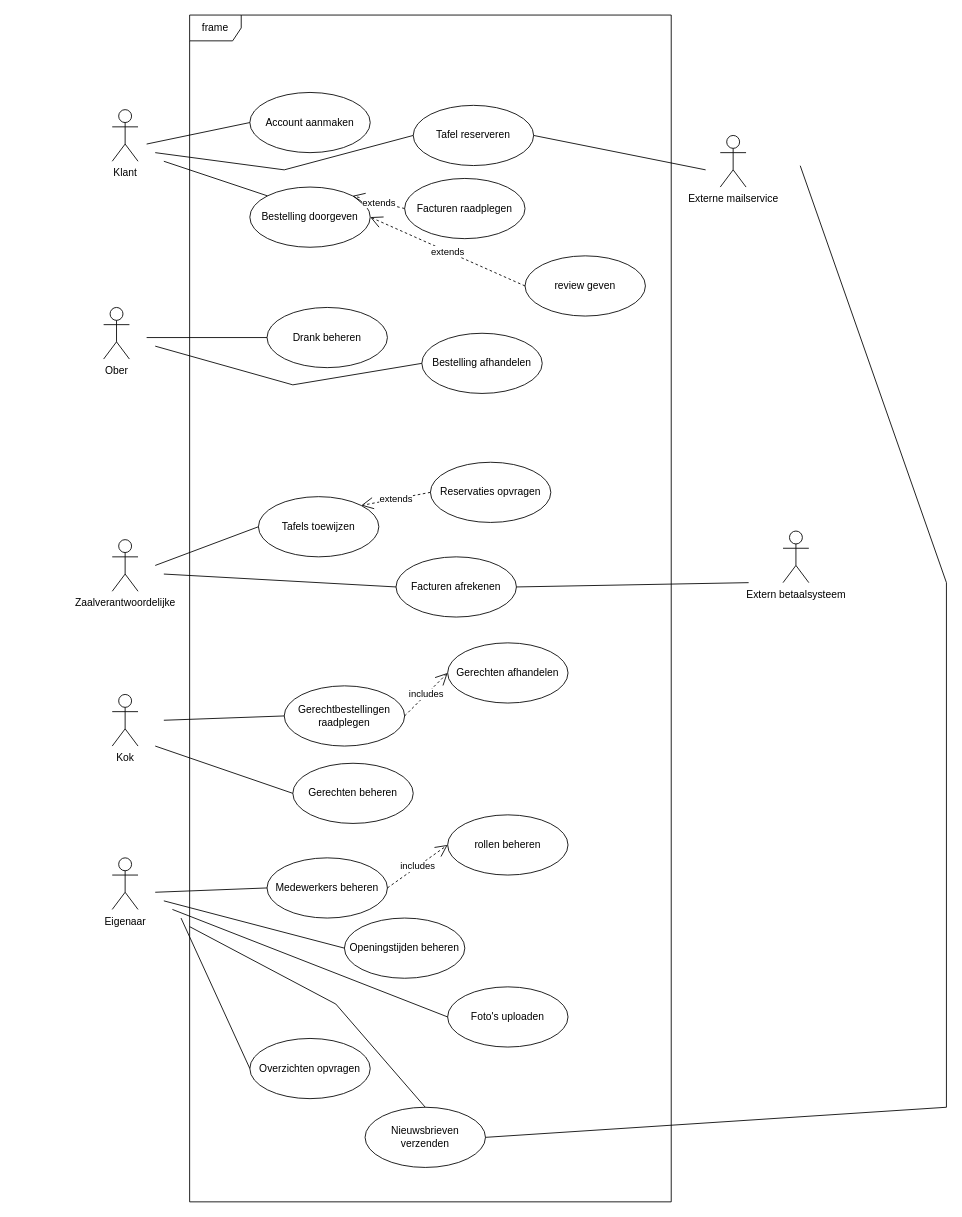
Before: uml-schema-jens.drawio in jensvp/uml, a draw.io diagram. Source tidied: cells renumbered, new cells numbered last; positions are measured from the earlier drawing's top-left corner, leaving out a move shared by most shapes. Both pictures are drawn from the tidied source at 86%, with x=0, y=0 at pixel (103, 15).
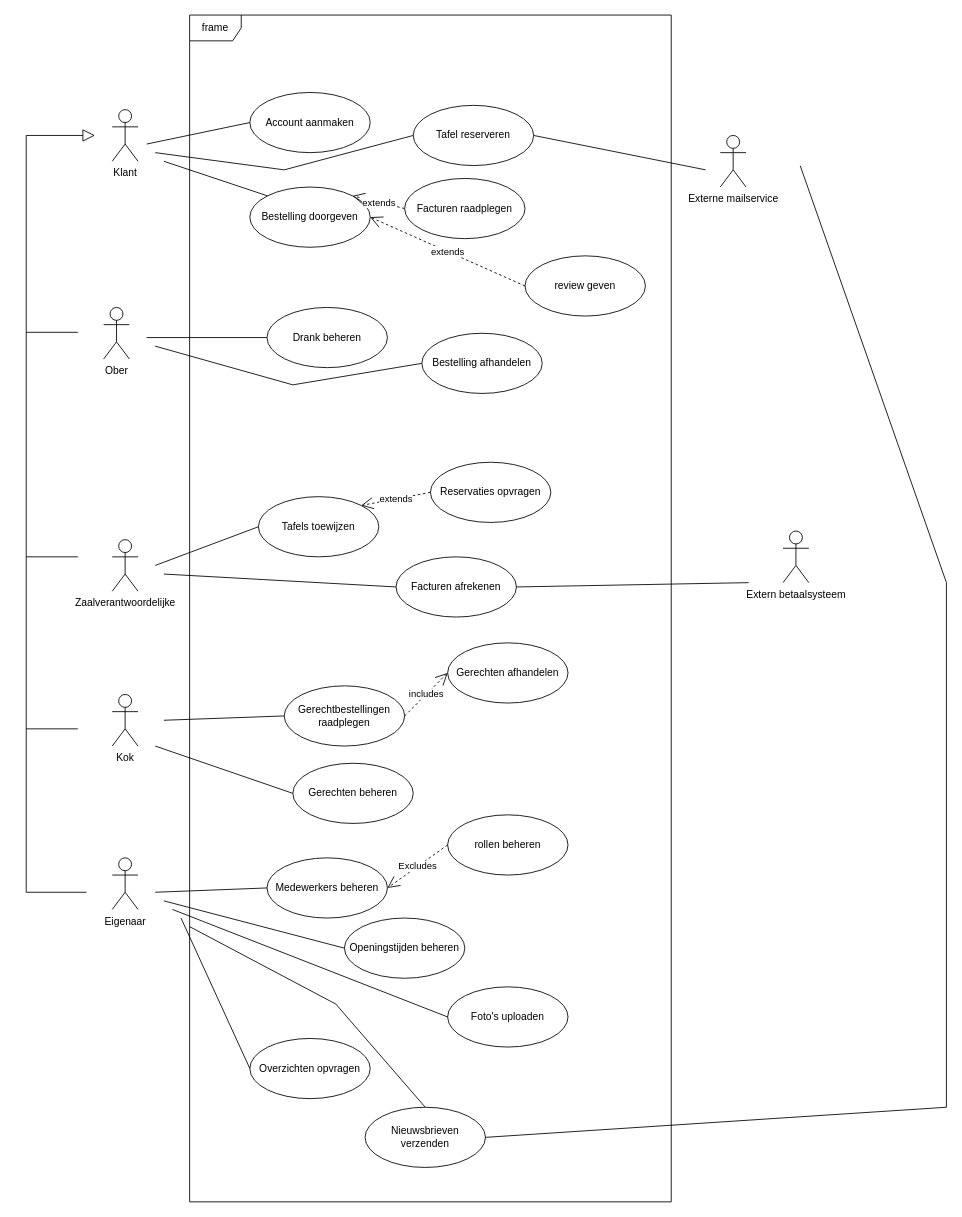
After the change.

The change refers to these unchanged cells:
```xml
<mxCell id="38" value="Medewerkers beheren" style="ellipse;whiteSpace=wrap;html=1;" parent="1" vertex="1">
  <mxGeometry x="190" y="980" width="140" height="70" as="geometry" />
</mxCell>
<mxCell id="39" value="rollen beheren" style="ellipse;whiteSpace=wrap;html=1;" parent="1" vertex="1">
  <mxGeometry x="400" y="930" width="140" height="70" as="geometry" />
</mxCell>
```

Change to the diagram source:
```diff
@@
-    <mxCell id="40" value="includes" style="endArrow=open;endSize=12;dashed=1;html=1;rounded=0;exitX=1;exitY=0.5;exitDx=0;exitDy=0;entryX=0;entryY=0.5;entryDx=0;entryDy=0;" parent="1" edge="1" source="38" target="39">
-      <mxGeometry relative="1" as="geometry" />
-    </mxCell>
@@
+    <mxCell id="51" value="Excludes" style="endArrow=open;endSize=12;dashed=1;html=1;rounded=0;exitX=0;exitY=0.5;exitDx=0;exitDy=0;entryX=1;entryY=0.5;entryDx=0;entryDy=0;" parent="1" edge="1" source="39" target="38">
+      <mxGeometry relative="1" as="geometry" />
+    </mxCell>
+    <mxCell id="52" style="endArrow=none;html=1;rounded=0;" parent="1" edge="1">
+      <mxGeometry relative="1" as="geometry">
+        <mxPoint x="-90" y="140" as="sourcePoint" />
+        <mxPoint x="-20" y="1020" as="targetPoint" />
+        <Array as="points">
+          <mxPoint x="-90" y="1020" />
+        </Array>
+      </mxGeometry>
+    </mxCell>
+    <mxCell id="53" style="endArrow=none;html=1;rounded=0;" parent="1" edge="1">
+      <mxGeometry relative="1" as="geometry">
+        <mxPoint x="-90" y="630" as="sourcePoint" />
+        <mxPoint x="-30" y="630" as="targetPoint" />
+      </mxGeometry>
+    </mxCell>
+    <mxCell id="54" style="endArrow=none;html=1;rounded=0;" parent="1" edge="1">
+      <mxGeometry relative="1" as="geometry">
+        <mxPoint x="-90" y="830" as="sourcePoint" />
+        <mxPoint x="-30" y="830" as="targetPoint" />
+      </mxGeometry>
+    </mxCell>
+    <mxCell id="55" style="endArrow=none;html=1;rounded=0;" parent="1" edge="1">
+      <mxGeometry relative="1" as="geometry">
+        <mxPoint x="-90" y="368.9" as="sourcePoint" />
+        <mxPoint x="-30" y="368.9" as="targetPoint" />
+      </mxGeometry>
+    </mxCell>
+    <mxCell id="56" style="endArrow=block;endFill=0;endSize=12;html=1;rounded=0;" parent="1" edge="1">
+      <mxGeometry relative="1" as="geometry">
+        <mxPoint x="-90" y="140" as="sourcePoint" />
+        <mxPoint x="-10" y="140" as="targetPoint" />
+      </mxGeometry>
+    </mxCell>
```
